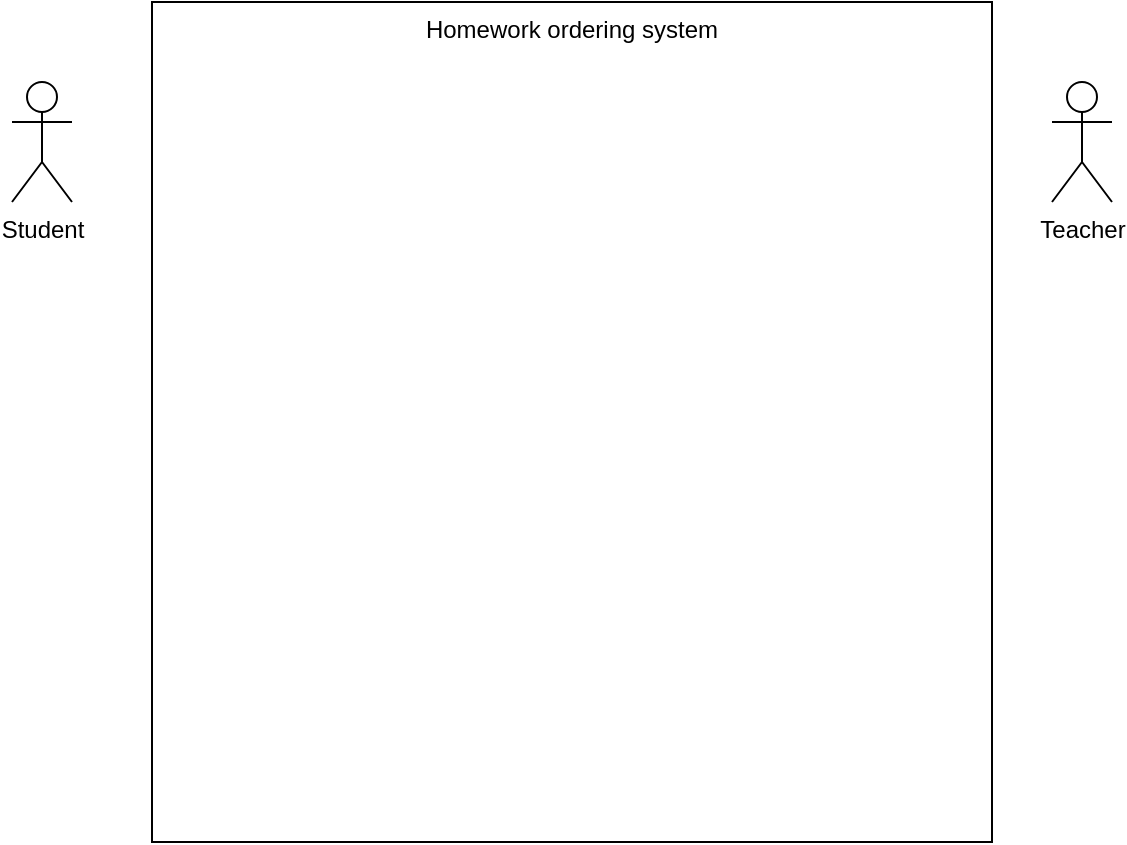
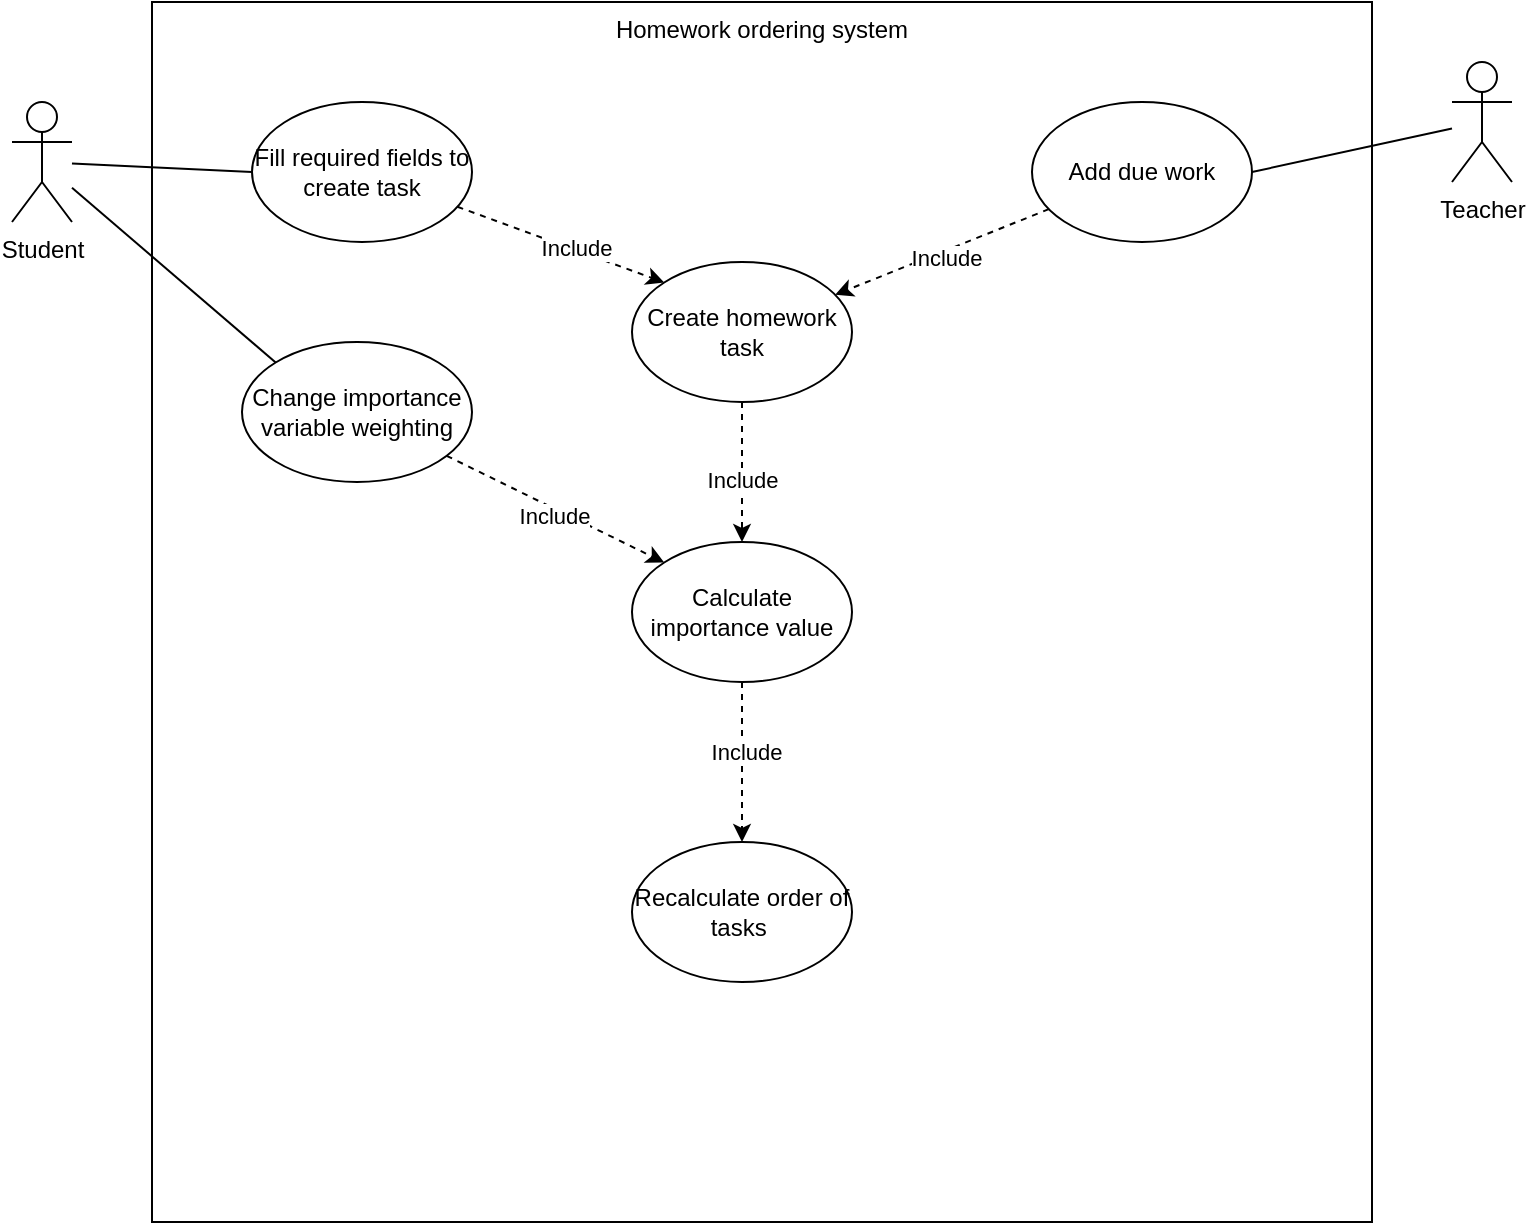
<mxfile host="app.diagrams.net" agent="Mozilla/5.0 (Windows NT 10.0; Win64; x64) AppleWebKit/537.36 (KHTML, like Gecko) Chrome/147.0.0.0 Safari/537.36" version="29.3.8">
  <diagram name="Page-1" id="ZcyXiCbd3epHD8B5bp2-">
    <mxGraphModel dx="946" dy="657" grid="1" gridSize="10" guides="1" tooltips="1" connect="1" arrows="1" fold="1" page="1" pageScale="1" pageWidth="827" pageHeight="1169" math="0" shadow="0">
      <root>
        <mxCell id="0" />
        <mxCell id="1" parent="0" />
        <mxCell id="G7WcPmlzqGxsM9-RYmIV-1" parent="1" style="aspect=fixed;labelPosition=center;verticalLabelPosition=middle;align=center;verticalAlign=top;html=1;whiteSpace=wrap;movable=1;resizable=1;rotatable=1;deletable=1;editable=1;locked=0;connectable=1;" value="Homework ordering system" vertex="1">
-           <mxGeometry height="420" width="420" x="200" y="100" as="geometry" />
+           <mxGeometry height="610" width="610" x="100" y="100" as="geometry" />
+         </mxCell>
+         <mxCell id="jqSJIoKgP5xY_ZK5AzuU-10" edge="1" parent="1" source="G7WcPmlzqGxsM9-RYmIV-2" style="rounded=0;orthogonalLoop=1;jettySize=auto;html=1;entryX=0;entryY=0.5;entryDx=0;entryDy=0;endArrow=none;endFill=0;" target="jqSJIoKgP5xY_ZK5AzuU-7">
+           <mxGeometry relative="1" as="geometry" />
+         </mxCell>
+         <mxCell id="jqSJIoKgP5xY_ZK5AzuU-19" edge="1" parent="1" source="G7WcPmlzqGxsM9-RYmIV-2" style="rounded=0;orthogonalLoop=1;jettySize=auto;html=1;entryX=0;entryY=0;entryDx=0;entryDy=0;endArrow=none;endFill=0;" target="jqSJIoKgP5xY_ZK5AzuU-18">
+           <mxGeometry relative="1" as="geometry" />
        </mxCell>
        <mxCell id="G7WcPmlzqGxsM9-RYmIV-2" parent="1" style="shape=umlActor;verticalLabelPosition=bottom;verticalAlign=top;html=1;outlineConnect=0;" value="Student" vertex="1">
-           <mxGeometry height="60" width="30" x="130" y="140" as="geometry" />
+           <mxGeometry height="60" width="30" x="30" y="150" as="geometry" />
+         </mxCell>
+         <mxCell id="jqSJIoKgP5xY_ZK5AzuU-3" edge="1" parent="1" source="G7WcPmlzqGxsM9-RYmIV-7" style="rounded=0;orthogonalLoop=1;jettySize=auto;html=1;entryX=1;entryY=0.5;entryDx=0;entryDy=0;shape=wire;dashed=1;endArrow=none;endFill=0;" target="jqSJIoKgP5xY_ZK5AzuU-2">
+           <mxGeometry relative="1" as="geometry" />
        </mxCell>
        <mxCell id="G7WcPmlzqGxsM9-RYmIV-7" parent="1" style="shape=umlActor;verticalLabelPosition=bottom;verticalAlign=top;html=1;outlineConnect=0;" value="Teacher" vertex="1">
-           <mxGeometry height="60" width="30" x="650" y="140" as="geometry" />
+           <mxGeometry height="60" width="30" x="750" y="130" as="geometry" />
+         </mxCell>
+         <mxCell id="jqSJIoKgP5xY_ZK5AzuU-5" edge="1" parent="1" source="jqSJIoKgP5xY_ZK5AzuU-2" style="rounded=0;orthogonalLoop=1;jettySize=auto;html=1;endArrow=classic;endFill=1;dashed=1;" target="jqSJIoKgP5xY_ZK5AzuU-4">
+           <mxGeometry relative="1" as="geometry" />
+         </mxCell>
+         <mxCell id="jqSJIoKgP5xY_ZK5AzuU-6" connectable="0" parent="jqSJIoKgP5xY_ZK5AzuU-5" style="edgeLabel;html=1;align=center;verticalAlign=middle;resizable=0;points=[];" value="Include" vertex="1">
+           <mxGeometry relative="1" x="-0.0218" y="3" as="geometry">
+             <mxPoint as="offset" />
+           </mxGeometry>
+         </mxCell>
+         <mxCell id="jqSJIoKgP5xY_ZK5AzuU-2" parent="1" style="ellipse;whiteSpace=wrap;html=1;" value="Add due work" vertex="1">
+           <mxGeometry height="70" width="110" x="540" y="150" as="geometry" />
+         </mxCell>
+         <mxCell id="jqSJIoKgP5xY_ZK5AzuU-13" edge="1" parent="1" source="jqSJIoKgP5xY_ZK5AzuU-4" style="rounded=0;orthogonalLoop=1;jettySize=auto;html=1;dashed=1;endArrow=classic;endFill=1;" target="jqSJIoKgP5xY_ZK5AzuU-11">
+           <mxGeometry relative="1" as="geometry" />
+         </mxCell>
+         <mxCell id="jqSJIoKgP5xY_ZK5AzuU-14" connectable="0" parent="jqSJIoKgP5xY_ZK5AzuU-13" style="edgeLabel;html=1;align=center;verticalAlign=middle;resizable=0;points=[];" value="Include" vertex="1">
+           <mxGeometry relative="1" x="0.1143" as="geometry">
+             <mxPoint as="offset" />
+           </mxGeometry>
+         </mxCell>
+         <mxCell id="jqSJIoKgP5xY_ZK5AzuU-4" parent="1" style="ellipse;whiteSpace=wrap;html=1;" value="Create homework task" vertex="1">
+           <mxGeometry height="70" width="110" x="340" y="230" as="geometry" />
+         </mxCell>
+         <mxCell id="jqSJIoKgP5xY_ZK5AzuU-7" parent="1" style="ellipse;whiteSpace=wrap;html=1;" value="Fill required fields to create task" vertex="1">
+           <mxGeometry height="70" width="110" x="150" y="150" as="geometry" />
+         </mxCell>
+         <mxCell id="jqSJIoKgP5xY_ZK5AzuU-8" edge="1" parent="1" source="jqSJIoKgP5xY_ZK5AzuU-7" style="rounded=0;orthogonalLoop=1;jettySize=auto;html=1;dashed=1;endArrow=classic;endFill=1;entryX=0;entryY=0;entryDx=0;entryDy=0;" target="jqSJIoKgP5xY_ZK5AzuU-4">
+           <mxGeometry relative="1" as="geometry" />
+         </mxCell>
+         <mxCell id="jqSJIoKgP5xY_ZK5AzuU-9" connectable="0" parent="jqSJIoKgP5xY_ZK5AzuU-8" style="edgeLabel;html=1;align=center;verticalAlign=middle;resizable=0;points=[];" value="Include" vertex="1">
+           <mxGeometry relative="1" x="0.1053" y="1" as="geometry">
+             <mxPoint x="1" as="offset" />
+           </mxGeometry>
+         </mxCell>
+         <mxCell id="jqSJIoKgP5xY_ZK5AzuU-16" edge="1" parent="1" source="jqSJIoKgP5xY_ZK5AzuU-11" style="edgeStyle=orthogonalEdgeStyle;rounded=0;orthogonalLoop=1;jettySize=auto;html=1;dashed=1;" target="jqSJIoKgP5xY_ZK5AzuU-15" value="">
+           <mxGeometry relative="1" as="geometry" />
+         </mxCell>
+         <mxCell id="jqSJIoKgP5xY_ZK5AzuU-17" connectable="0" parent="jqSJIoKgP5xY_ZK5AzuU-16" style="edgeLabel;html=1;align=center;verticalAlign=middle;resizable=0;points=[];" value="Include" vertex="1">
+           <mxGeometry relative="1" x="-0.125" y="2" as="geometry">
+             <mxPoint as="offset" />
+           </mxGeometry>
+         </mxCell>
+         <mxCell id="jqSJIoKgP5xY_ZK5AzuU-11" parent="1" style="ellipse;whiteSpace=wrap;html=1;" value="Calculate importance value" vertex="1">
+           <mxGeometry height="70" width="110" x="340" y="370" as="geometry" />
+         </mxCell>
+         <mxCell id="jqSJIoKgP5xY_ZK5AzuU-15" parent="1" style="ellipse;whiteSpace=wrap;html=1;" value="Recalculate order of tasks&amp;nbsp;" vertex="1">
+           <mxGeometry height="70" width="110" x="340" y="520" as="geometry" />
+         </mxCell>
+         <mxCell id="jqSJIoKgP5xY_ZK5AzuU-20" edge="1" parent="1" source="jqSJIoKgP5xY_ZK5AzuU-18" style="rounded=0;orthogonalLoop=1;jettySize=auto;html=1;entryX=0;entryY=0;entryDx=0;entryDy=0;dashed=1;" target="jqSJIoKgP5xY_ZK5AzuU-11">
+           <mxGeometry relative="1" as="geometry" />
+         </mxCell>
+         <mxCell id="jqSJIoKgP5xY_ZK5AzuU-21" connectable="0" parent="jqSJIoKgP5xY_ZK5AzuU-20" style="edgeLabel;html=1;align=center;verticalAlign=middle;resizable=0;points=[];" value="Include" vertex="1">
+           <mxGeometry relative="1" x="0.0328" y="-3" as="geometry">
+             <mxPoint x="-1" as="offset" />
+           </mxGeometry>
+         </mxCell>
+         <mxCell id="jqSJIoKgP5xY_ZK5AzuU-18" parent="1" style="ellipse;whiteSpace=wrap;html=1;" value="Change importance variable weighting" vertex="1">
+           <mxGeometry height="70" width="115" x="145" y="270" as="geometry" />
        </mxCell>
      </root>
    </mxGraphModel>
  </diagram>
</mxfile>
